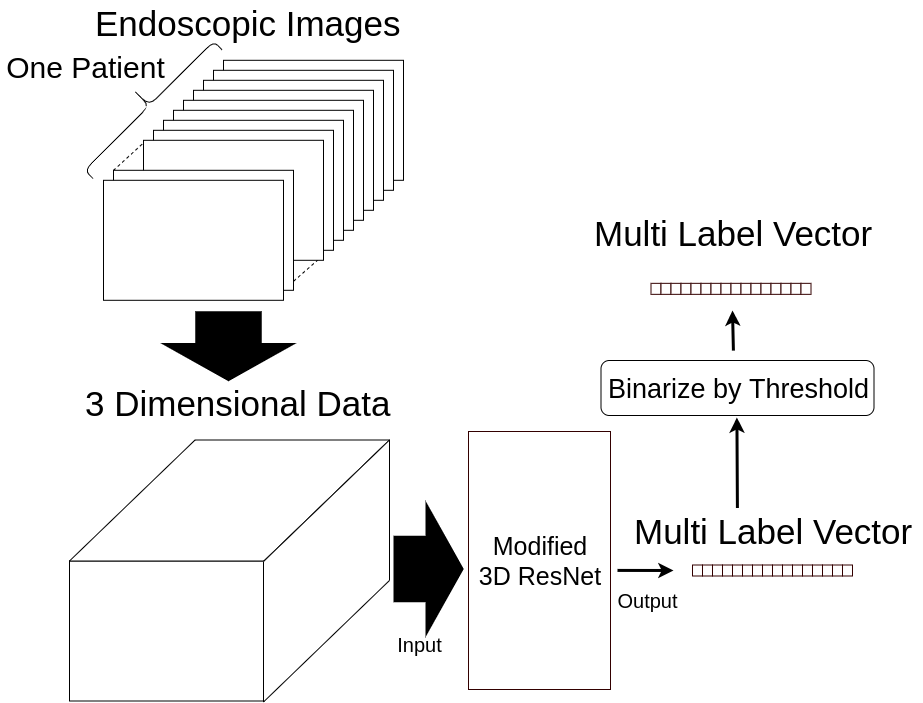
Before: paper/ieice/fig/ieice3.png, a diagram exported from draw.io (shinn1r0/endoscopic_images2karte). Source tidied: cells renumbered, new cells last; positions are measured from the earlier drawing's top-left corner, leaving out a move shared by most shapes.
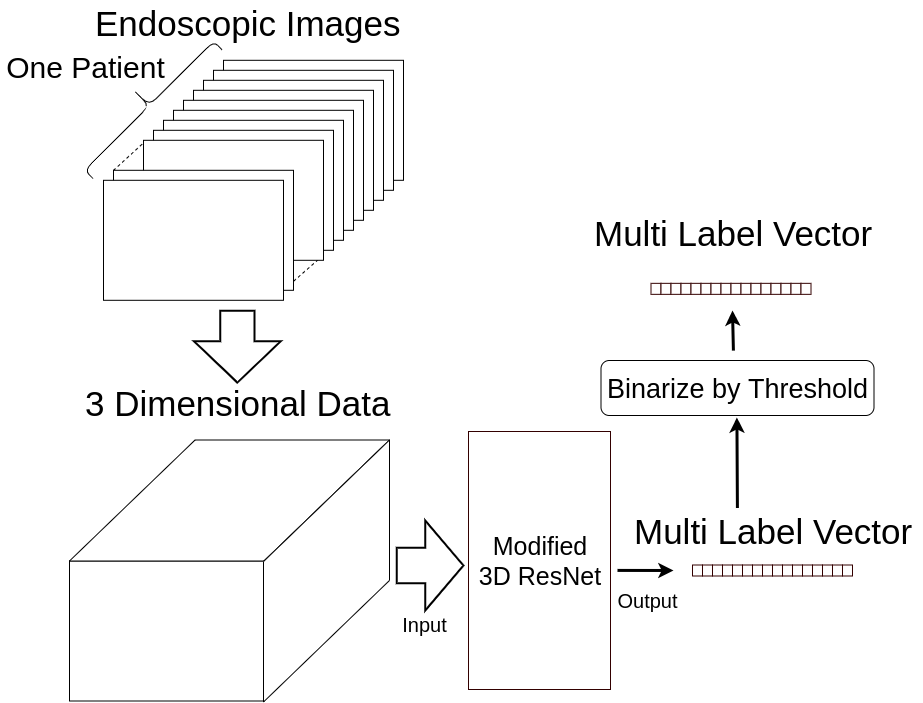
After the commit.

What changed in the source:
```diff
@@ -144,7 +144,7 @@
       </mxGeometry>
     </mxCell>
     <mxCell id="46" value="&lt;font style=&quot;font-size: 20px&quot;&gt;Input&lt;/font&gt;" style="text;html=1;align=center;verticalAlign=middle;" parent="1" vertex="1">
-      <mxGeometry x="389" y="633.5" width="60" height="20" as="geometry" />
+      <mxGeometry x="394" y="613.5" width="60" height="20" as="geometry" />
     </mxCell>
     <mxCell id="47" value="&lt;span style=&quot;font-size: 20px&quot;&gt;Output&lt;/span&gt;" style="text;html=1;align=center;verticalAlign=middle;" parent="1" vertex="1">
       <mxGeometry x="607" y="590" width="80" height="20" as="geometry" />
@@ -202,11 +202,11 @@
     <mxCell id="63" value="&lt;font style=&quot;font-size: 30px&quot;&gt;One Patient&lt;/font&gt;" style="text;html=1;align=center;verticalAlign=middle;" parent="1" vertex="1">
       <mxGeometry y="51.5" width="170" height="30" as="geometry" />
     </mxCell>
-    <mxCell id="64" style="shape=singleArrow;whiteSpace=wrap;html=1;rotation=90;fillColor=#000000;arrowWidth=0.7781798483478497;arrowSize=0.34436181323131176;strokeWidth=20;" parent="1" vertex="1">
-      <mxGeometry x="203.6" y="315" width="48.7" height="60" as="geometry" />
-    </mxCell>
-    <mxCell id="65" style="shape=singleArrow;whiteSpace=wrap;html=1;rotation=0;fillColor=#000000;arrowWidth=0.7781798483478497;arrowSize=0.34436181323131176;strokeWidth=20;" parent="1" vertex="1">
-      <mxGeometry x="403" y="538.5" width="48.7" height="60" as="geometry" />
-    </mxCell>
+    <mxCell id="66" style="shape=singleArrow;whiteSpace=wrap;html=1;rotation=90;fillColor=#FFFFFF;arrowWidth=0.39465753068957077;arrowSize=0.575408321827065;strokeWidth=2;" parent="1" vertex="1">
+      <mxGeometry x="201" y="302.8" width="71.7" height="86.8" as="geometry" />
+    </mxCell>
+    <mxCell id="67" style="shape=singleArrow;whiteSpace=wrap;html=1;rotation=0;fillColor=#FFFFFF;arrowWidth=0.39465753068957077;arrowSize=0.575408321827065;strokeWidth=2;" parent="1" vertex="1">
+      <mxGeometry x="396.3" y="520" width="66.7" height="90" as="geometry" />
+    </mxCell>
   </root>
 </mxGraphModel>
```
